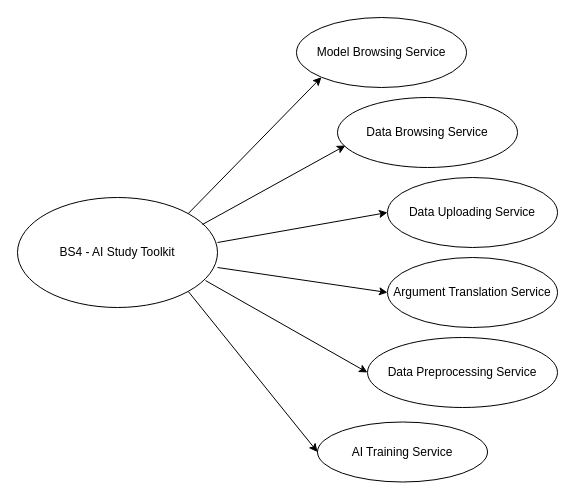
This is page "第 1 页" (1 of 6) of SOD_Ass1.drawio from TISNN/2022_SOD, a draw.io file, before an edit. Source tidied: cells renumbered, new cells numbered last; positions are measured from the earlier drawing's top-left corner, leaving out a move shared by most shapes. Both pictures are drawn from the tidied source at 100%, with x=0, y=0 at pixel (17, 17).
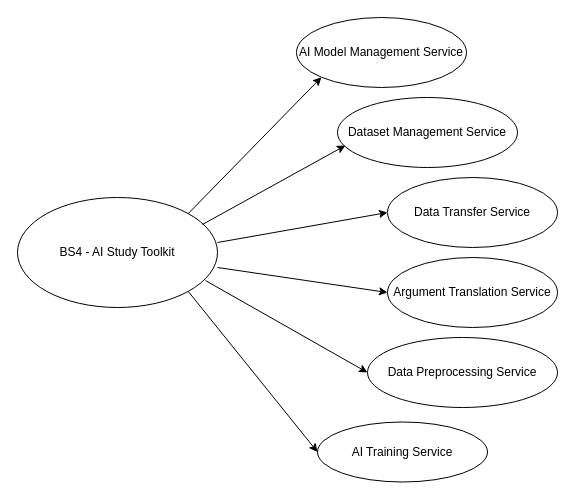
After the change.

The edit, as a diff of the source:
```diff
@@
 <mxGraphModel>
   <root>
     <mxCell id="0" />
     <mxCell id="1" parent="0" />
     <mxCell id="2" value="BS4 - AI Study Toolkit" style="ellipse;whiteSpace=wrap;html=1;" parent="1" vertex="1">
       <mxGeometry y="180" width="200" height="110" as="geometry" />
     </mxCell>
     <mxCell id="3" style="endArrow=classic;html=1;rounded=0;entryX=0;entryY=1;entryDx=0;entryDy=0;exitX=1;exitY=0;exitDx=0;exitDy=0;" parent="1" edge="1" source="2" target="4">
       <mxGeometry relative="1" as="geometry" />
     </mxCell>
-    <mxCell id="4" value="Model Browsing Service" style="ellipse;whiteSpace=wrap;html=1;" parent="1" vertex="1">
+    <mxCell id="4" value="AI Model Management Service" style="ellipse;whiteSpace=wrap;html=1;" parent="1" vertex="1">
       <mxGeometry x="279" width="170" height="70" as="geometry" />
     </mxCell>
-    <mxCell id="5" value="Data Browsing Service" style="ellipse;whiteSpace=wrap;html=1;" parent="1" vertex="1">
+    <mxCell id="5" value="Dataset Management Service" style="ellipse;whiteSpace=wrap;html=1;" parent="1" vertex="1">
       <mxGeometry x="320" y="80" width="180" height="70" as="geometry" />
     </mxCell>
     <mxCell id="6" style="endArrow=classic;html=1;rounded=0;entryX=0.044;entryY=0.686;entryDx=0;entryDy=0;exitX=0.925;exitY=0.245;exitDx=0;exitDy=0;exitPerimeter=0;entryPerimeter=0;" parent="1" edge="1" source="2" target="5">
       <mxGeometry relative="1" as="geometry" />
     </mxCell>
-    <mxCell id="7" value="Data Uploading Service" style="ellipse;whiteSpace=wrap;html=1;" parent="1" vertex="1">
+    <mxCell id="7" value="Data Transfer Service" style="ellipse;whiteSpace=wrap;html=1;" parent="1" vertex="1">
       <mxGeometry x="370" y="160" width="170" height="70" as="geometry" />
     </mxCell>
     <mxCell id="8" style="endArrow=classic;html=1;rounded=0;entryX=0;entryY=0.5;entryDx=0;entryDy=0;" parent="1" edge="1" target="7">
       <mxGeometry relative="1" as="geometry">
         <mxPoint x="200" y="225" as="sourcePoint" />
       </mxGeometry>
     </mxCell>
     <mxCell id="9" value="AI Training Service" style="ellipse;whiteSpace=wrap;html=1;" parent="1" vertex="1">
       <mxGeometry x="300" y="404.5" width="170" height="60" as="geometry" />
     </mxCell>
     <mxCell id="10" style="endArrow=classic;html=1;rounded=0;entryX=0;entryY=0.5;entryDx=0;entryDy=0;exitX=1;exitY=1;exitDx=0;exitDy=0;" parent="1" edge="1" source="2" target="9">
       <mxGeometry relative="1" as="geometry" />
     </mxCell>
     <mxCell id="11" value="Data Preprocessing Service" style="ellipse;whiteSpace=wrap;html=1;" parent="1" vertex="1">
       <mxGeometry x="350" y="320" width="190" height="70" as="geometry" />
     </mxCell>
     <mxCell id="12" style="endArrow=classic;html=1;rounded=0;entryX=0;entryY=0.5;entryDx=0;entryDy=0;exitX=0.94;exitY=0.755;exitDx=0;exitDy=0;exitPerimeter=0;" parent="1" edge="1" source="2" target="11">
       <mxGeometry relative="1" as="geometry" />
     </mxCell>
     <mxCell id="13" value="Argument Translation Service" style="ellipse;whiteSpace=wrap;html=1;" parent="1" vertex="1">
       <mxGeometry x="370" y="240" width="170" height="70" as="geometry" />
     </mxCell>
     <mxCell id="14" style="endArrow=classic;html=1;rounded=0;entryX=0;entryY=0.5;entryDx=0;entryDy=0;" parent="1" edge="1" target="13">
       <mxGeometry relative="1" as="geometry">
         <mxPoint x="200" y="250" as="sourcePoint" />
       </mxGeometry>
     </mxCell>
   </root>
 </mxGraphModel>
```
